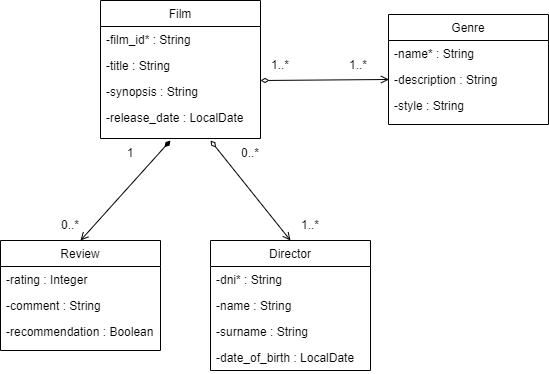
This is docs/film.models.png from wzzzzwwzw/apaw-practice, a draw.io export, as it was before one commit. Source tidied: cells renumbered, new cells last; positions are measured from the earlier drawing's top-left corner, leaving out a move shared by most shapes.
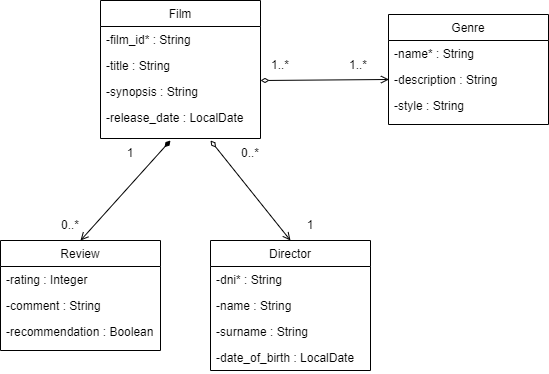
Later version of the same file.

Commit message:
modified film model #454

Diff of the diagram source:
```diff
@@ -83,7 +83,7 @@
         <mxPoint x="210" y="140" as="targetPoint" />
       </mxGeometry>
     </mxCell>
-    <mxCell id="27" value="1..*" style="text;html=1;strokeColor=none;fillColor=none;align=center;verticalAlign=middle;whiteSpace=wrap;rounded=0;" parent="1" vertex="1">
+    <mxCell id="27" value="1" style="text;html=1;strokeColor=none;fillColor=none;align=center;verticalAlign=middle;whiteSpace=wrap;rounded=0;" parent="1" vertex="1">
       <mxGeometry x="280" y="210" width="60" height="30" as="geometry" />
     </mxCell>
     <mxCell id="28" value="0..*" style="text;html=1;strokeColor=none;fillColor=none;align=center;verticalAlign=middle;whiteSpace=wrap;rounded=0;" parent="1" vertex="1">
```
